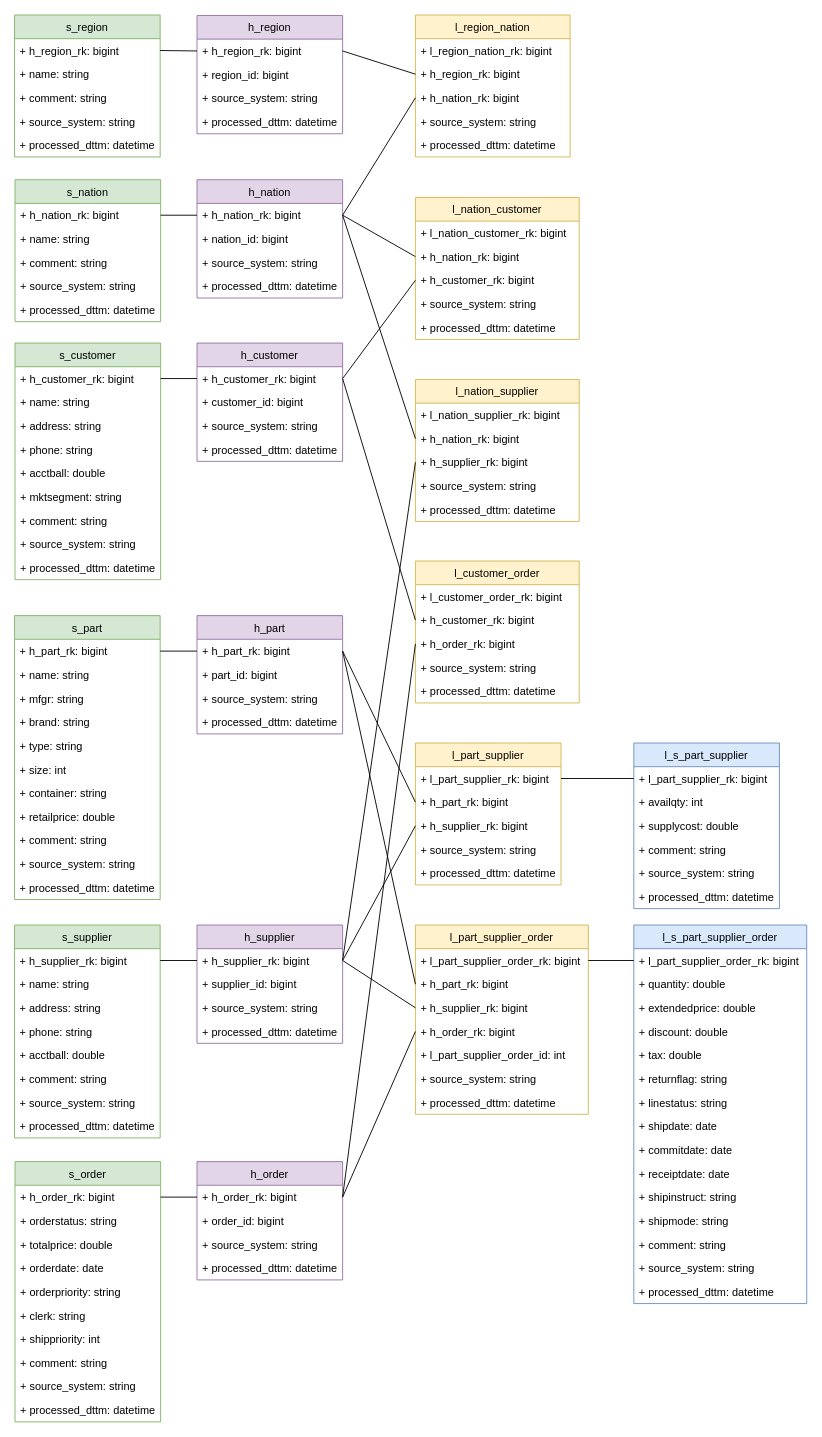
Earlier version of the draw.io diagram DZ1/Untitled Diagram.drawio (DMfananddu/DWH). Source tidied: cells renumbered, new cells numbered last; positions are measured from the earlier drawing's top-left corner, leaving out a move shared by most shapes. Both pictures are drawn from the tidied source at 91%, with x=0, y=0 at pixel (15, 15).
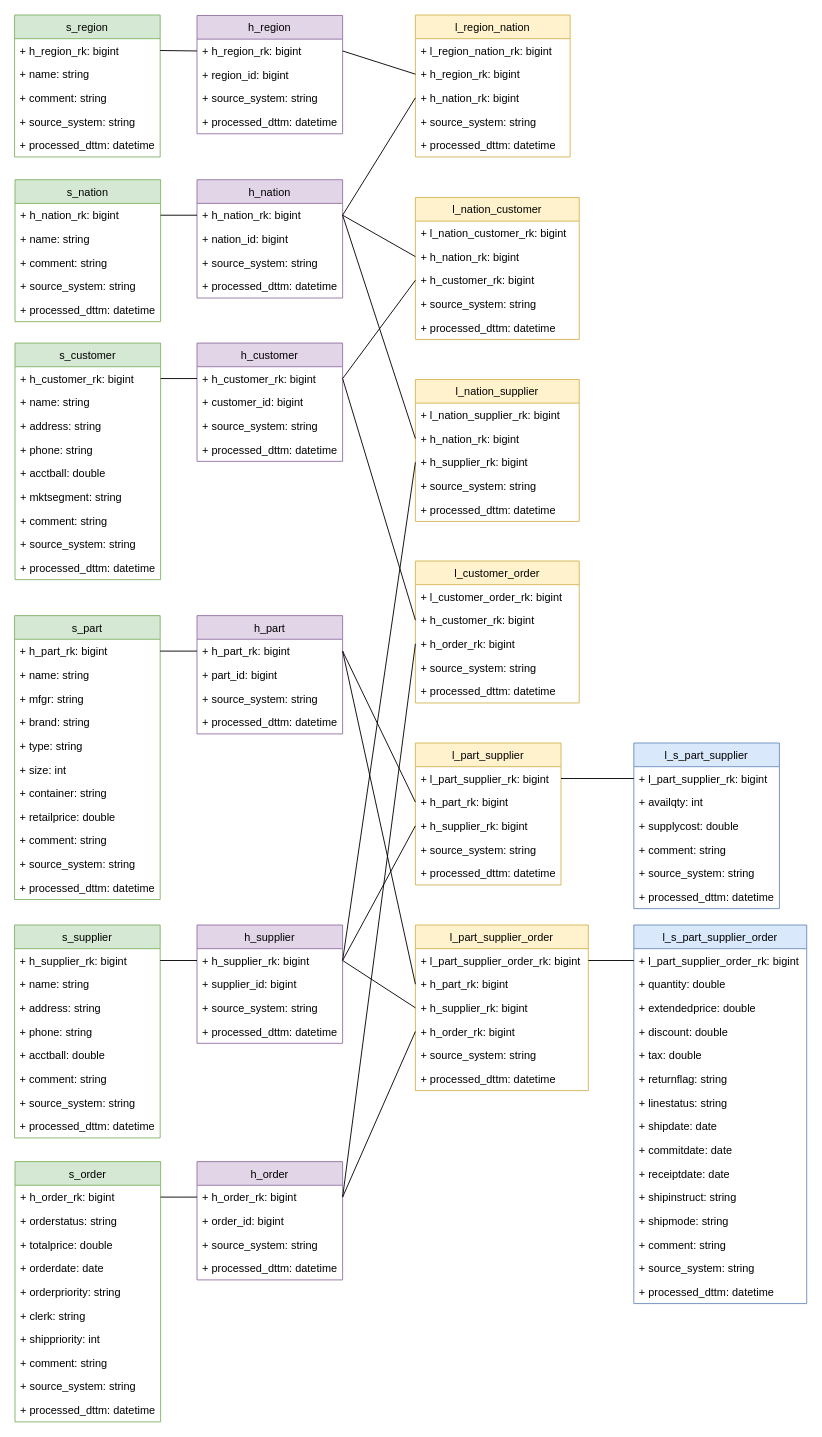
The same diagram, later.

Diff of the diagram source:
```diff
@@
     <mxCell id="20" value="l_part_supplier_order" style="swimlane;fontStyle=0;horizontal=1;startSize=26;fillColor=#fff2cc;strokeColor=#d6b656;" parent="1" vertex="1">
-      <mxGeometry x="440" y="1000" width="190" height="208" as="geometry" />
+      <mxGeometry x="440" y="1000" width="190" height="182" as="geometry" />
     </mxCell>
@@
-    <mxCell id="25" value="+ l_part_supplier_order_id: int" style="text;strokeColor=none;fillColor=none;align=left;verticalAlign=top;spacingLeft=4;spacingRight=4;overflow=hidden;" parent="20" vertex="1">
-      <mxGeometry y="130" width="190" height="26" as="geometry" />
-    </mxCell>
     <mxCell id="26" value="+ source_system: string" style="text;strokeColor=none;fillColor=none;align=left;verticalAlign=top;spacingLeft=4;spacingRight=4;overflow=hidden;" parent="20" vertex="1">
-      <mxGeometry y="156" width="190" height="26" as="geometry" />
+      <mxGeometry y="130" width="190" height="26" as="geometry" />
     </mxCell>
     <mxCell id="27" value="+ processed_dttm: datetime" style="text;strokeColor=none;fillColor=none;align=left;verticalAlign=top;spacingLeft=4;spacingRight=4;overflow=hidden;" parent="20" vertex="1">
-      <mxGeometry y="182" width="190" height="26" as="geometry" />
+      <mxGeometry y="156" width="190" height="26" as="geometry" />
     </mxCell>
```
